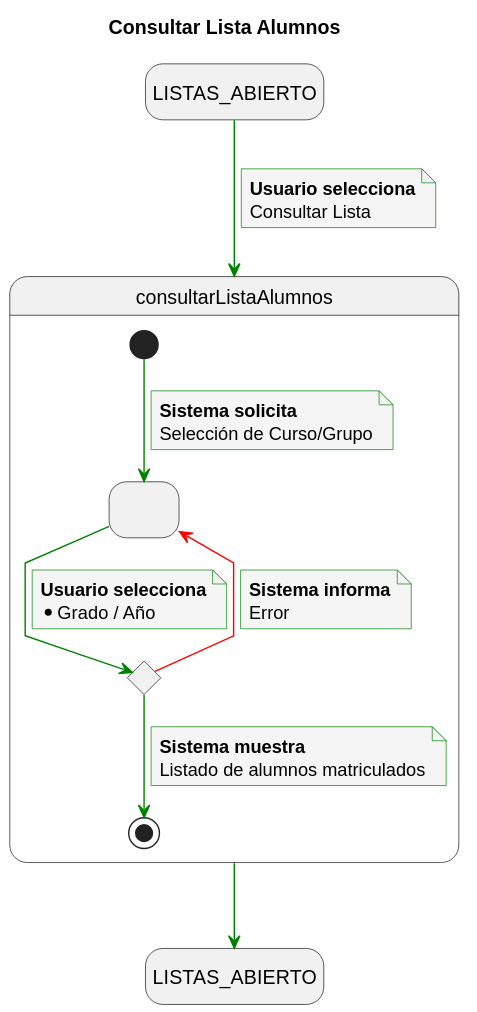
Above: documents/CasosDeUso/DetalladoCasosDeUso/Profesor/consultarListaAlumnos.svg in enmabry/25-26-IdSw1-SdR (PlantUML), before the change. Source of this version:
```plantuml
@startuml
title Consultar Lista Alumnos

skinparam {
    NoteBackgroundColor #whiteSmoke
    ArrowColor #green
    NoteBorderColor #green
    linetype polyline
}

hide empty description

state startState as "LISTAS_ABIERTO"
state endState as "LISTAS_ABIERTO"

startState --> consultarListaAlumnos
note on link
    <b>Usuario selecciona</b>
    Consultar Lista
end note

state consultarListaAlumnos {
    state SeleccionGrupo as " "
    state ValidarExistencia <<choice>>

    [*] --> SeleccionGrupo
    note on link
        <b>Sistema solicita</b>
        Selección de Curso/Grupo
    end note

    SeleccionGrupo --> ValidarExistencia
    note on link
        <b>Usuario selecciona</b>
        * Grado / Año
    end note

    ValidarExistencia -[#red]-> SeleccionGrupo
    note on link
        <b>Sistema informa</b>
        Error
    end note

    ValidarExistencia --> [*]
    note on link
        <b>Sistema muestra</b>
        Listado de alumnos matriculados
    end note
}

consultarListaAlumnos --> endState
@enduml
```
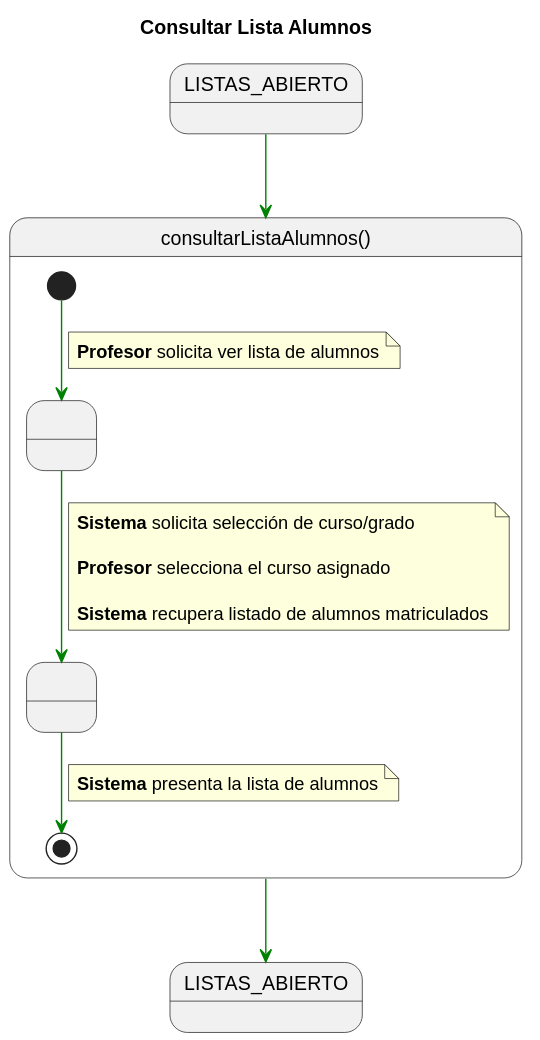
After the change.

Diff of the diagram source:
```diff
@@ -1,52 +1,38 @@
 @startuml
 title Consultar Lista Alumnos
 
-skinparam {
-    NoteBackgroundColor #whiteSmoke
-    ArrowColor #green
-    NoteBorderColor #green
-    linetype polyline
+skinparam linetype polyline
+
+state LISTAS_ABIERTO_INICIAL as "LISTAS_ABIERTO"
+state LISTAS_ABIERTO_FINAL as "LISTAS_ABIERTO"
+
+LISTAS_ABIERTO_INICIAL -[#green]-> consultarListaAlumnos
+
+state consultarListaAlumnos as "consultarListaAlumnos()" {
+
+    state " " as SolicitandoCriterios
+    state " " as ListaRenderizada
+
+    [*] -[#green]-> SolicitandoCriterios
+    note on link
+    <b>Profesor</b> solicita ver lista de alumnos
+    end note
+
+    SolicitandoCriterios -[#green]-> ListaRenderizada
+    note on link
+    <b>Sistema</b> solicita selección de curso/grado
+
+    <b>Profesor</b> selecciona el curso asignado
+
+    <b>Sistema</b> recupera listado de alumnos matriculados
+    end note
+
+    ListaRenderizada -[#green]-> [*]
+    note on link
+    <b>Sistema</b> presenta la lista de alumnos
+    end note
+
 }
 
-hide empty description
-
-state startState as "LISTAS_ABIERTO"
-state endState as "LISTAS_ABIERTO"
-
-startState --> consultarListaAlumnos
-note on link
-    <b>Usuario selecciona</b>
-    Consultar Lista
-end note
-
-state consultarListaAlumnos {
-    state SeleccionGrupo as " "
-    state ValidarExistencia <<choice>>
-
-    [*] --> SeleccionGrupo
-    note on link
-        <b>Sistema solicita</b>
-        Selección de Curso/Grupo
-    end note
-
-    SeleccionGrupo --> ValidarExistencia
-    note on link
-        <b>Usuario selecciona</b>
-        * Grado / Año
-    end note
-
-    ValidarExistencia -[#red]-> SeleccionGrupo
-    note on link
-        <b>Sistema informa</b>
-        Error
-    end note
-
-    ValidarExistencia --> [*]
-    note on link
-        <b>Sistema muestra</b>
-        Listado de alumnos matriculados
-    end note
-}
-
-consultarListaAlumnos --> endState
+consultarListaAlumnos -[#green]-> LISTAS_ABIERTO_FINAL
 @enduml
```
